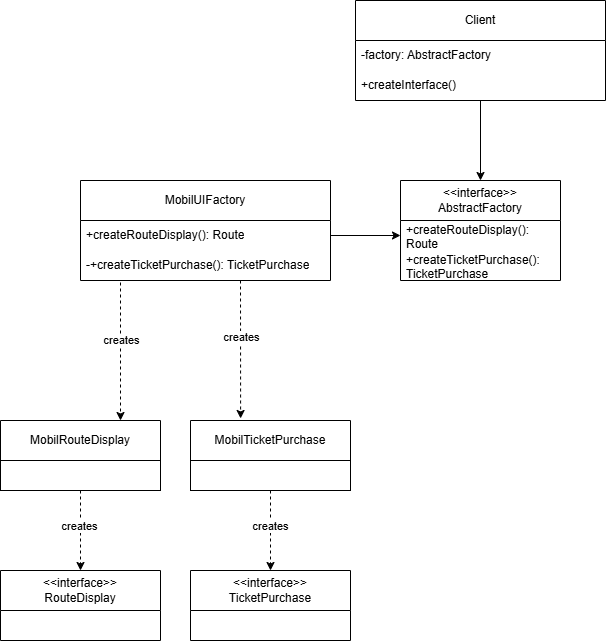
This is Design Patterns/Creational/AbstractFactory/UIAbstract.png from inviona/Software-Engineering-Analysis-and-Design-Project, a draw.io export, as it was before one commit. Source tidied: cells renumbered, new cells last; positions are measured from the earlier drawing's top-left corner, leaving out a move shared by most shapes.
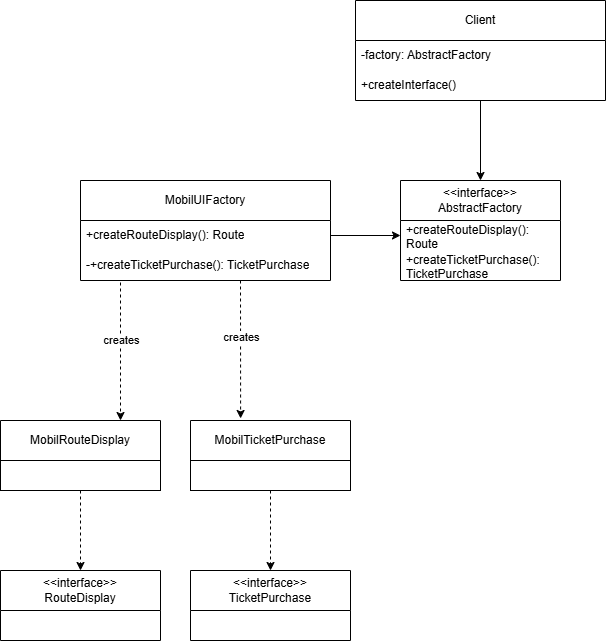
The same diagram one commit later.

Commit message:
refixed ui abstract patterns

What changed in the source:
```diff
@@ -35,9 +35,6 @@
     <mxCell id="12" style="edgeStyle=orthogonalEdgeStyle;rounded=0;jettySize=auto;html=1;entryX=0.5;entryY=0;entryDx=0;entryDy=0;dashed=1;" parent="1" edge="1" source="14" target="24">
       <mxGeometry relative="1" as="geometry" />
     </mxCell>
-    <mxCell id="13" value="creates" style="edgeLabel;html=1;align=center;verticalAlign=middle;" parent="12" vertex="1">
-      <mxGeometry x="-0.13" y="-1" relative="1" as="geometry" />
-    </mxCell>
     <mxCell id="14" value="MobilTicketPurchase" style="swimlane;fontStyle=0;horizontal=1;startSize=40;whiteSpace=wrap;html=1;" parent="1" vertex="1">
       <mxGeometry x="190" y="420" width="160" height="70" as="geometry" />
     </mxCell>
@@ -56,9 +53,6 @@
     <mxCell id="18" style="edgeStyle=orthogonalEdgeStyle;rounded=0;jettySize=auto;html=1;entryX=0.5;entryY=0;entryDx=0;entryDy=0;dashed=1;" parent="1" edge="1" source="20" target="25">
       <mxGeometry relative="1" as="geometry" />
     </mxCell>
-    <mxCell id="19" value="creates" style="edgeLabel;html=1;align=center;verticalAlign=middle;" parent="18" vertex="1">
-      <mxGeometry x="-0.12" y="-2" relative="1" as="geometry" />
-    </mxCell>
     <mxCell id="20" value="MobilRouteDisplay" style="swimlane;fontStyle=0;horizontal=1;startSize=40;whiteSpace=wrap;html=1;" parent="1" vertex="1">
       <mxGeometry y="420" width="160" height="70" as="geometry" />
     </mxCell>
```
